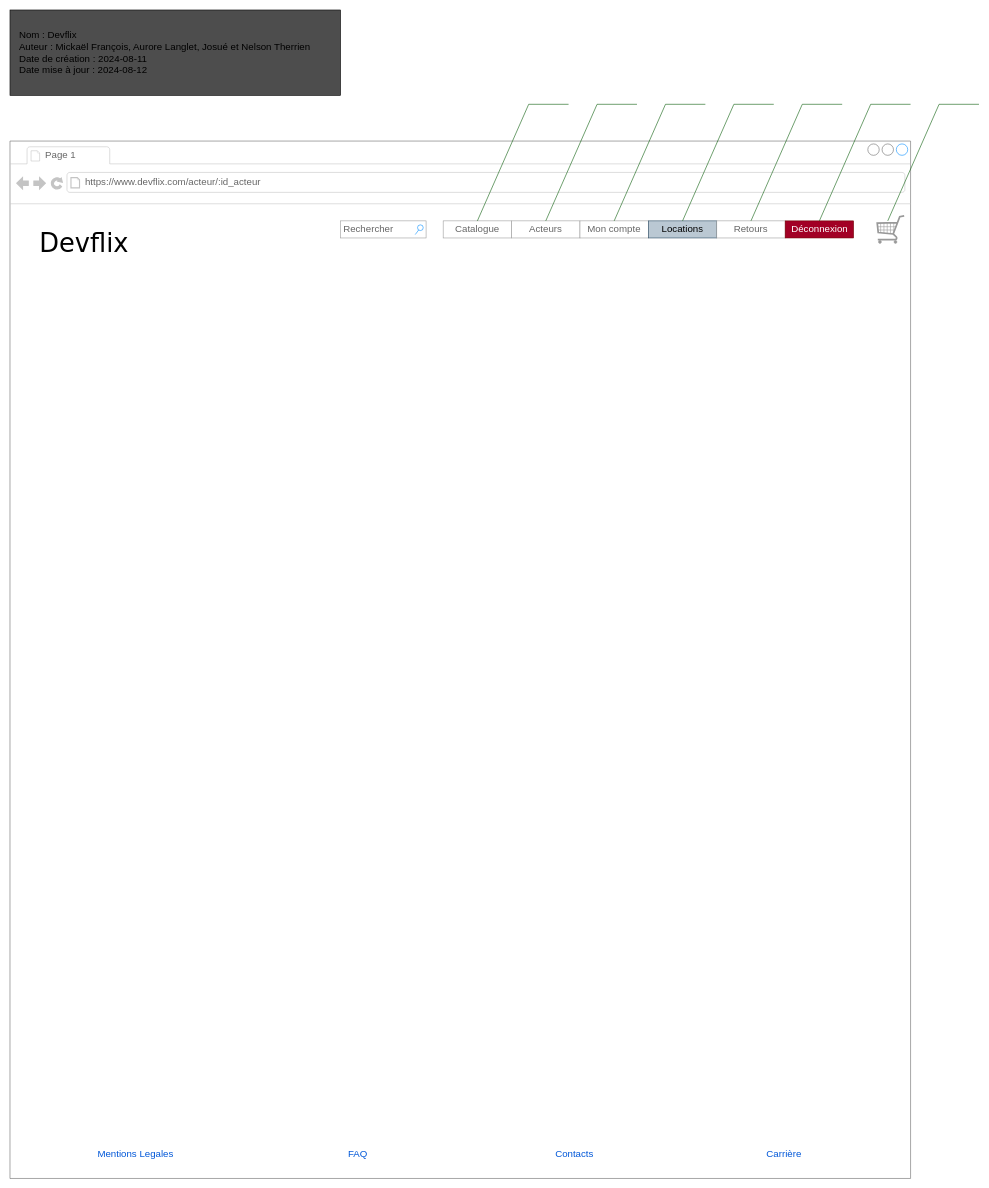
Earlier version of the draw.io diagram livrables/gabarit-depart.drawio (MapleCialys/Projet-modification-systeme). Source tidied: cells renumbered, new cells numbered last; positions are measured from the earlier drawing's top-left corner, leaving out a move shared by most shapes. Both pictures are drawn from the tidied source at 57%, with x=0, y=0 at pixel (10, 10).
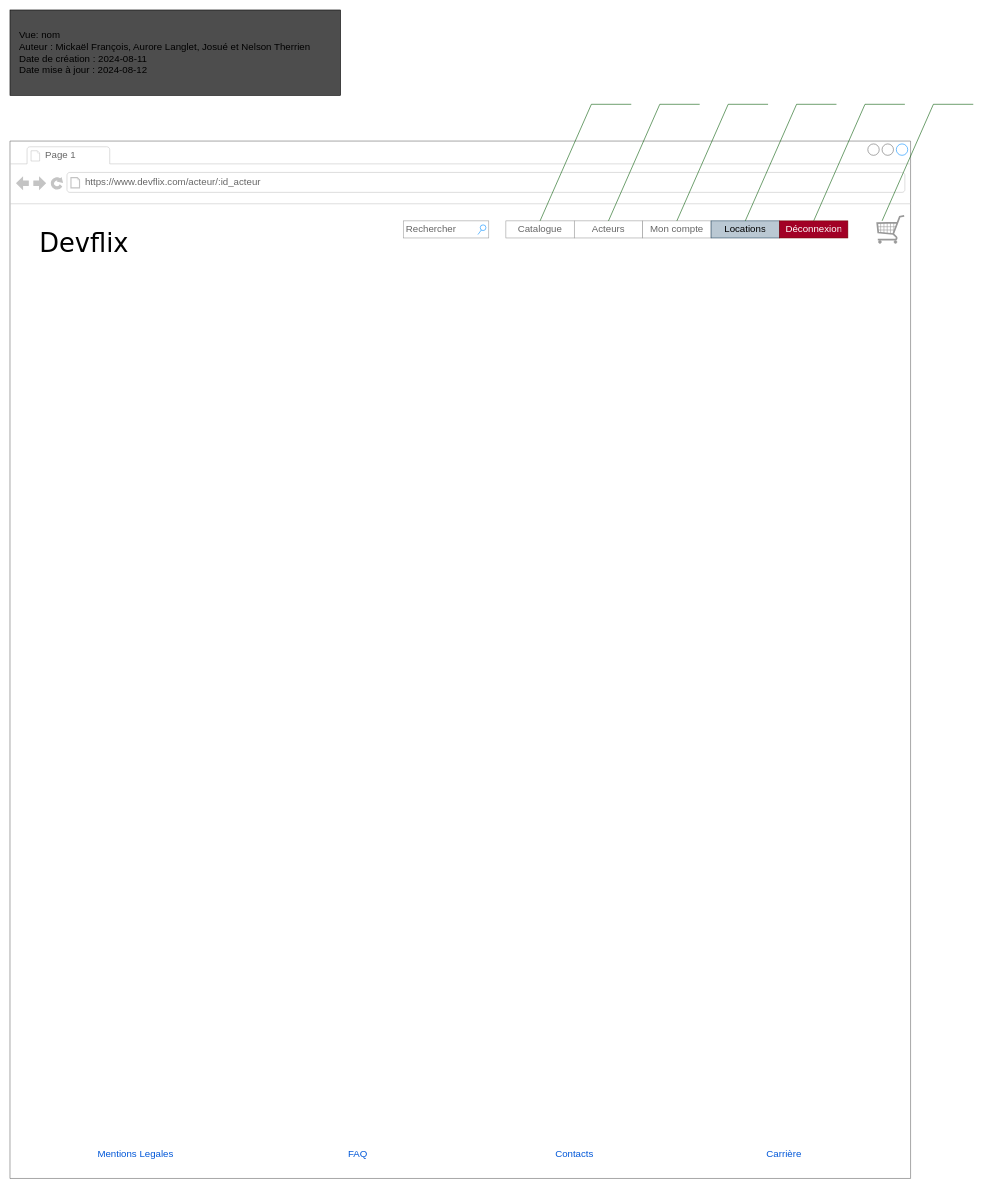
After the change.

Unchanged cells that the change refers to:
```xml
<mxCell id="13" style="group;" parent="1" vertex="1">
  <mxGeometry x="760" y="140" width="930" height="280" as="geometry" />
</mxCell>
```

Change to the diagram source:
```diff
@@
-    <mxCell id="11" value="&lt;span style=&quot;font-size: 17px;&quot;&gt;&amp;nbsp; &amp;nbsp;Nom : Devflix&lt;/span&gt;&lt;br style=&quot;font-size: 17px;&quot;&gt;&lt;span style=&quot;font-size: 17px;&quot;&gt;&amp;nbsp; &amp;nbsp;Auteur : Mickaël François, Aurore Langlet, Josué et Nelson Therrien&lt;/span&gt;&lt;br style=&quot;font-size: 17px;&quot;&gt;&lt;span style=&quot;font-size: 17px;&quot;&gt;&amp;nbsp; &amp;nbsp;Date de création : 2024-08-11&lt;/span&gt;&lt;br style=&quot;font-size: 17px;&quot;&gt;&lt;span style=&quot;font-size: 17px;&quot;&gt;&amp;nbsp; &amp;nbsp;Date mise à jour : 2024-08-12&amp;nbsp; &amp;nbsp; &amp;nbsp; &amp;nbsp; &amp;nbsp; &amp;nbsp; &amp;nbsp; &amp;nbsp; &amp;nbsp; &amp;nbsp; &amp;nbsp; &amp;nbsp; &amp;nbsp; &amp;nbsp; &amp;nbsp; &amp;nbsp; &amp;nbsp; &amp;nbsp; &amp;nbsp; &amp;nbsp; &amp;nbsp; &amp;nbsp; &amp;nbsp; &amp;nbsp; &amp;nbsp; &amp;nbsp; &amp;nbsp; &amp;nbsp; &amp;nbsp; &amp;nbsp; &amp;nbsp; &amp;nbsp; &amp;nbsp; &amp;nbsp; &amp;nbsp;&lt;/span&gt;" style="rounded=0;whiteSpace=wrap;html=1;align=left;fillColor=#4D4D4D;strokeColor=#000000;" parent="1" vertex="1">
+    <mxCell id="11" value="&lt;span style=&quot;font-size: 17px;&quot;&gt;&amp;nbsp; &amp;nbsp;Vue: nom&lt;/span&gt;&lt;br style=&quot;font-size: 17px;&quot;&gt;&lt;span style=&quot;font-size: 17px;&quot;&gt;&amp;nbsp; &amp;nbsp;Auteur : Mickaël François, Aurore Langlet, Josué et Nelson Therrien&lt;/span&gt;&lt;br style=&quot;font-size: 17px;&quot;&gt;&lt;span style=&quot;font-size: 17px;&quot;&gt;&amp;nbsp; &amp;nbsp;Date de création : 2024-08-11&lt;/span&gt;&lt;br style=&quot;font-size: 17px;&quot;&gt;&lt;span style=&quot;font-size: 17px;&quot;&gt;&amp;nbsp; &amp;nbsp;Date mise à jour : 2024-08-12&amp;nbsp; &amp;nbsp; &amp;nbsp; &amp;nbsp; &amp;nbsp; &amp;nbsp; &amp;nbsp; &amp;nbsp; &amp;nbsp; &amp;nbsp; &amp;nbsp; &amp;nbsp; &amp;nbsp; &amp;nbsp; &amp;nbsp; &amp;nbsp; &amp;nbsp; &amp;nbsp; &amp;nbsp; &amp;nbsp; &amp;nbsp; &amp;nbsp; &amp;nbsp; &amp;nbsp; &amp;nbsp; &amp;nbsp; &amp;nbsp; &amp;nbsp; &amp;nbsp; &amp;nbsp; &amp;nbsp; &amp;nbsp; &amp;nbsp; &amp;nbsp; &amp;nbsp;&lt;/span&gt;" style="rounded=0;whiteSpace=wrap;html=1;align=left;fillColor=#4D4D4D;strokeColor=#000000;" parent="1" vertex="1">
       <mxGeometry width="580" height="150" as="geometry" />
     </mxCell>
     <mxCell id="12" value="&lt;font style=&quot;font-size: 17px;&quot;&gt;Rechercher&lt;/font&gt;" style="strokeWidth=1;shadow=0;dashed=0;align=center;html=1;shape=mxgraph.mockup.forms.searchBox;strokeColor=#999999;mainText=;strokeColor2=#008cff;fontColor=#666666;fontSize=17;align=left;spacingLeft=3;whiteSpace=wrap;" parent="1" vertex="1">
-      <mxGeometry x="580" y="370" width="150" height="30" as="geometry" />
+      <mxGeometry x="690" y="370" width="150" height="30" as="geometry" />
     </mxCell>
@@
     <mxCell id="14" style="swimlane;shape=mxgraph.bootstrap.anchor;strokeColor=#999999;fillColor=#ffffff;fontColor=#666666;horizontal=0;startSize=0;whiteSpace=wrap;html=1;" parent="13" vertex="1">
-      <mxGeometry y="230" width="720" height="30" as="geometry" />
+      <mxGeometry x="110" y="230" width="600" height="30" as="geometry" />
     </mxCell>
@@
-    <mxCell id="19" value="Retours" style="text;strokeColor=inherit;align=center;verticalAlign=middle;spacingLeft=10;spacingRight=10;overflow=hidden;whiteSpace=wrap;html=1;fillColor=inherit;fontColor=inherit;fontSize=17;" parent="14" vertex="1">
-      <mxGeometry x="480" width="120" height="30" as="geometry" />
-    </mxCell>
     <mxCell id="20" value="Déconnexion&amp;nbsp;" style="text;strokeColor=#6F0000;align=center;verticalAlign=middle;spacingLeft=10;spacingRight=10;overflow=hidden;whiteSpace=wrap;html=1;fillColor=#a20025;fontColor=#ffffff;fontSize=17;" parent="14" vertex="1">
-      <mxGeometry x="600" width="120" height="30" as="geometry" />
+      <mxGeometry x="480" width="120" height="30" as="geometry" />
     </mxCell>
     <mxCell id="21" value="C4" style="strokeWidth=1;shadow=0;dashed=0;align=center;html=1;shape=mxgraph.mockup.text.callout;linkText=;textSize=17;textColor=#666666;callDir=NE;callStyle=line;fontSize=17;align=right;verticalAlign=top;strokeColor=#005700;fillColor=#008a00;fontColor=#ffffff;" parent="13" vertex="1">
-      <mxGeometry x="180" width="160" height="230" as="geometry" />
+      <mxGeometry x="290" width="160" height="230" as="geometry" />
     </mxCell>
     <mxCell id="22" value="C1" style="strokeWidth=1;shadow=0;dashed=0;align=center;html=1;shape=mxgraph.mockup.text.callout;linkText=;textSize=17;textColor=#666666;callDir=NE;callStyle=line;fontSize=17;align=right;verticalAlign=top;strokeColor=#005700;fillColor=#008a00;fontColor=#ffffff;" parent="13" vertex="1">
-      <mxGeometry x="60" width="160" height="230" as="geometry" />
+      <mxGeometry x="170" width="160" height="230" as="geometry" />
     </mxCell>
     <mxCell id="23" value="C17" style="strokeWidth=1;shadow=0;dashed=0;align=center;html=1;shape=mxgraph.mockup.text.callout;linkText=;textSize=17;textColor=#666666;callDir=NE;callStyle=line;fontSize=17;align=right;verticalAlign=top;strokeColor=#005700;fillColor=#008a00;fontColor=#ffffff;" parent="13" vertex="1">
-      <mxGeometry x="300" width="160" height="230" as="geometry" />
+      <mxGeometry x="410" width="160" height="230" as="geometry" />
     </mxCell>
     <mxCell id="24" value="C19" style="strokeWidth=1;shadow=0;dashed=0;align=center;html=1;shape=mxgraph.mockup.text.callout;linkText=;textSize=17;textColor=#666666;callDir=NE;callStyle=line;fontSize=17;align=right;verticalAlign=top;strokeColor=#005700;fillColor=#008a00;fontColor=#ffffff;" parent="13" vertex="1">
-      <mxGeometry x="420" width="160" height="230" as="geometry" />
+      <mxGeometry x="530" width="160" height="230" as="geometry" />
     </mxCell>
@@
-    <mxCell id="26" value="C27" style="strokeWidth=1;shadow=0;dashed=0;align=center;html=1;shape=mxgraph.mockup.text.callout;linkText=;textSize=17;textColor=#666666;callDir=NE;callStyle=line;fontSize=17;align=right;verticalAlign=top;strokeColor=#005700;fillColor=#008a00;fontColor=#ffffff;" parent="13" vertex="1">
-      <mxGeometry x="540" width="160" height="230" as="geometry" />
-    </mxCell>
     <mxCell id="27" value="C46" style="strokeWidth=1;shadow=0;dashed=0;align=center;html=1;shape=mxgraph.mockup.text.callout;linkText=;textSize=17;textColor=#666666;callDir=NE;callStyle=line;fontSize=17;align=right;verticalAlign=top;strokeColor=#005700;fillColor=#008a00;fontColor=#ffffff;" parent="13" vertex="1">
-      <mxGeometry x="660" width="160" height="230" as="geometry" />
+      <mxGeometry x="650" width="160" height="230" as="geometry" />
     </mxCell>
     <mxCell id="28" value="C9" style="strokeWidth=1;shadow=0;dashed=0;align=center;html=1;shape=mxgraph.mockup.text.callout;linkText=;textSize=17;textColor=#666666;callDir=NE;callStyle=line;fontSize=17;align=right;verticalAlign=top;strokeColor=#005700;fillColor=#008a00;fontColor=#ffffff;" parent="13" vertex="1">
-      <mxGeometry x="780" width="160" height="230" as="geometry" />
+      <mxGeometry x="770" width="160" height="230" as="geometry" />
     </mxCell>
```
